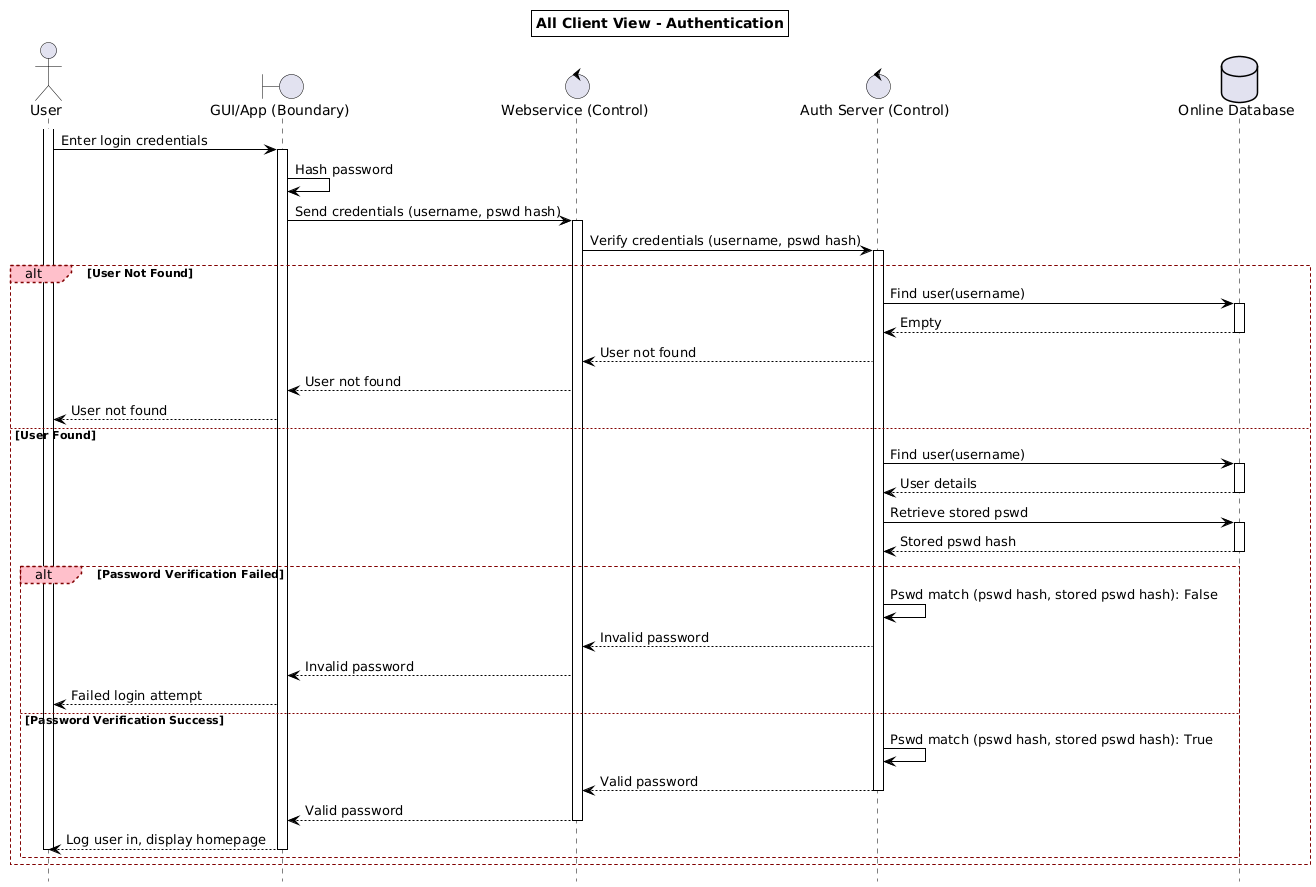
Earlier version of the PlantUML export uml/sequence1/all/png/user_authentication.png (sebastien-andre/capstone1).
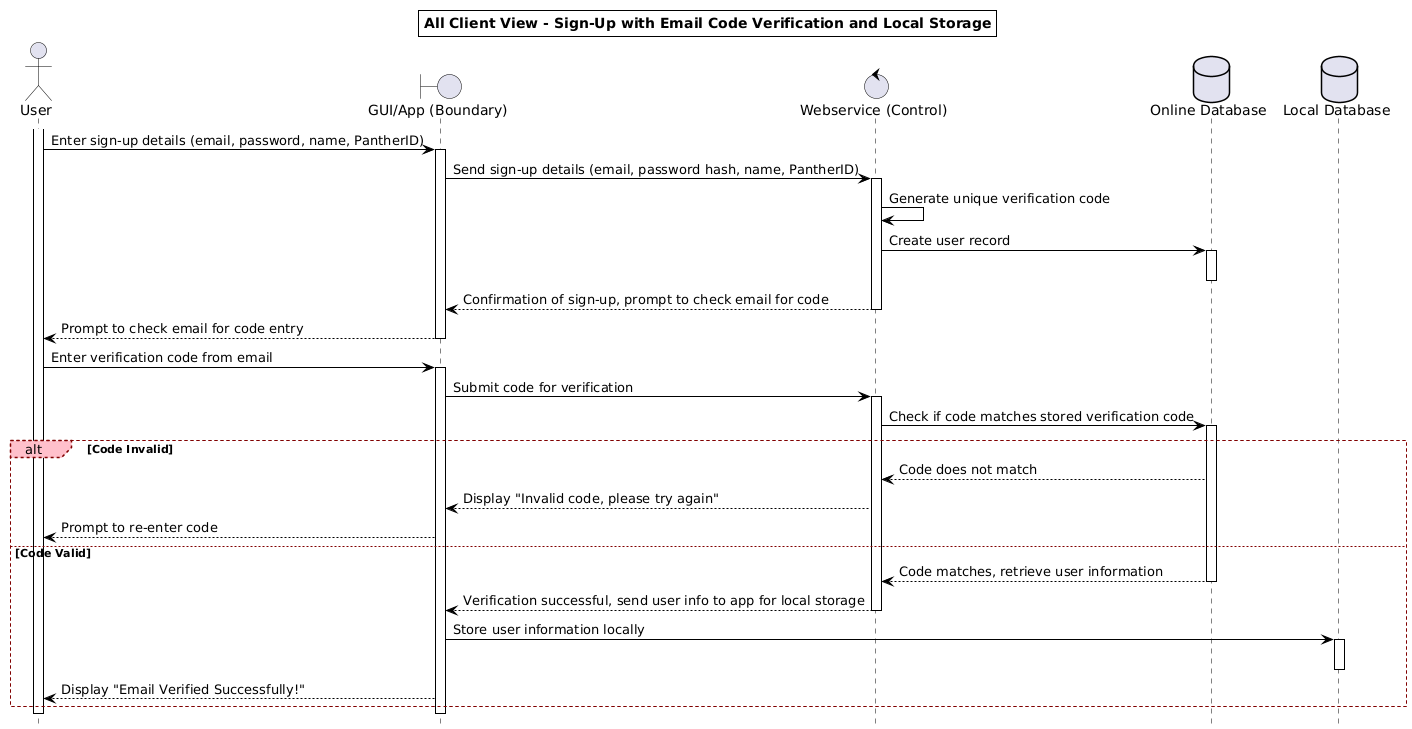
The same diagram one commit later.

Commit message:
updated authentication sequence

What changed in the source:
```diff
@@ -30,64 +30,59 @@
 
 
 
-title All Client View - Authentication
+
+title All Client View - Sign-Up with Email Code Verification and Local Storage
 
 actor "User" as s
 boundary "GUI/App (Boundary)" as gui
 control "Webservice (Control)" as ws
-control "Auth Server (Control)" as auth
 database "Online Database" as db
-
+database "Local Database" as local_db
 
 
 activate s
-s -> gui: Enter login credentials
+s -> gui: Enter sign-up details (email, password, name, PantherID)
 activate gui
-gui -> gui: Hash password
-gui -> ws: Send credentials (username, pswd hash)
+gui -> ws: Send sign-up details (email, password hash, name, PantherID)
 activate ws
-ws -> auth: Verify credentials (username, pswd hash)
-activate auth
-
-alt User Not Found
-  auth -> db: Find user(username)
-  activate db
-  db --> auth: Empty
-  deactivate db
-  auth --> ws: User not found
-  ws --> gui: User not found
-  gui --> s: User not found
+ws -> ws: Generate unique verification code
+ws -> db: Create user record
+activate db
+deactivate db
 
 
-else User Found
+ws --> gui: Confirmation of sign-up, prompt to check email for code
+deactivate ws
+gui --> s: Prompt to check email for code entry
+deactivate gui
 
-  auth -> db: Find user(username)
-  activate db
-  db --> auth: User details
-  deactivate db
-  auth -> db: Retrieve stored pswd
-  activate db
-  db --> auth: Stored pswd hash
-  deactivate db
 
-  alt Password Verification Failed
-    auth -> auth: Pswd match (pswd hash, stored pswd hash): False
-    auth --> ws: Invalid password
-    ws --> gui: Invalid password
-    gui --> s: Failed login attempt
+s -> gui: Enter verification code from email
+activate gui
+gui -> ws: Submit code for verification
+activate ws
 
-  else Password Verification Success
+ws -> db: Check if code matches stored verification code
+activate db
+alt Code Invalid
+    db --> ws: Code does not match
+    ws --> gui: Display "Invalid code, please try again"
+    gui --> s: Prompt to re-enter code
 
-    auth -> auth: Pswd match (pswd hash, stored pswd hash): True
-    auth --> ws: Valid password
-    deactivate auth
-    ws --> gui: Valid password
+else Code Valid
+    db --> ws: Code matches, retrieve user information
+    deactivate db
+    ws --> gui: Verification successful, send user info to app for local storage
     deactivate ws
-    gui --> s: Log user in, display homepage
-    deactivate s
-    deactivate gui
-  end
+    gui -> local_db: Store user information locally
+    activate local_db
+    deactivate local_db
+    gui --> s: Display "Email Verified Successfully!"
 end
+deactivate gui
+deactivate s
+
+
 
 
 
```
